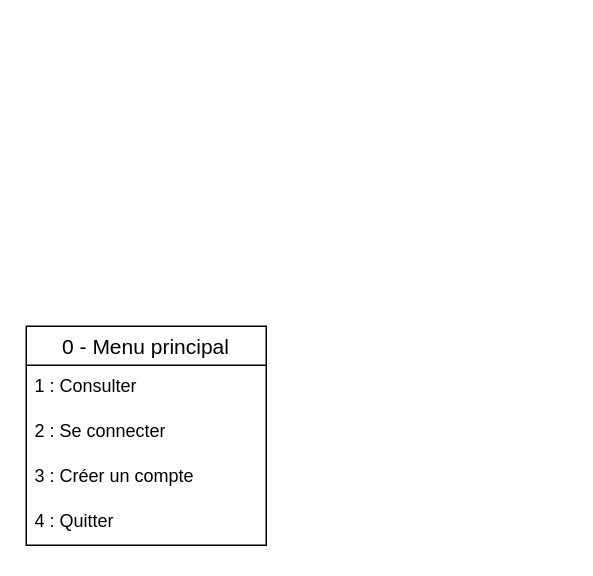
The draw.io diagram doc/menu.drawio in khalidjerrari/ENSAI-Projet-info-2A, before the edit. Source tidied: cells renumbered, new cells numbered last; positions are measured from the earlier drawing's top-left corner, leaving out a move shared by most shapes. Both pictures are drawn from the tidied source at 150%, with x=0, y=0 at pixel (26, 326).
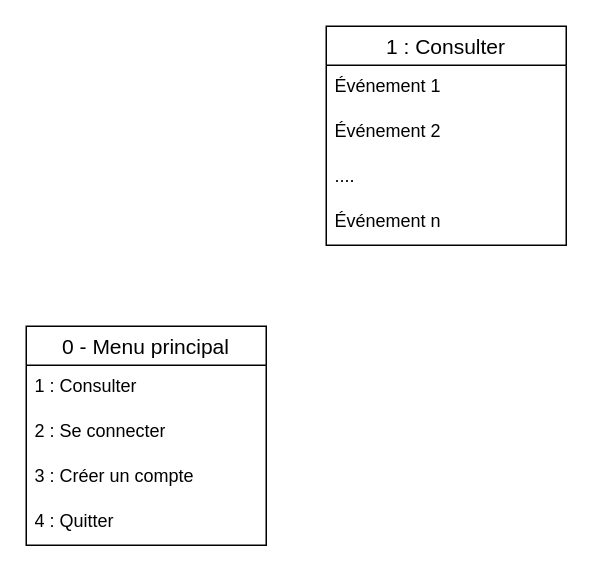
Above is the later version.

Commit message:
Mettre à jour menu.drawio

What changed in the source:
```diff
@@
 <mxGraphModel>
   <root>
     <mxCell id="0" />
     <mxCell id="1" parent="0" />
     <mxCell id="2" value="0 - Menu principal" style="swimlane;fontStyle=0;horizontal=1;startSize=26;align=center;fontSize=14;" parent="1" vertex="1">
       <mxGeometry width="160" height="146" as="geometry" />
     </mxCell>
     <mxCell id="3" value="1 : Consulter" style="text;strokeColor=none;fillColor=none;spacingLeft=4;spacingRight=4;overflow=hidden;fontSize=12;whiteSpace=wrap;html=1;" parent="2" vertex="1">
       <mxGeometry y="26" width="160" height="30" as="geometry" />
     </mxCell>
     <mxCell id="4" value="2 : Se connecter" style="text;strokeColor=none;fillColor=none;spacingLeft=4;spacingRight=4;overflow=hidden;fontSize=12;whiteSpace=wrap;html=1;" parent="2" vertex="1">
       <mxGeometry y="56" width="160" height="30" as="geometry" />
     </mxCell>
     <mxCell id="5" value="3 : Créer un compte" style="text;strokeColor=none;fillColor=none;spacingLeft=4;spacingRight=4;overflow=hidden;fontSize=12;whiteSpace=wrap;html=1;" parent="2" vertex="1">
       <mxGeometry y="86" width="160" height="30" as="geometry" />
     </mxCell>
     <mxCell id="6" value="4 : Quitter" style="text;strokeColor=none;fillColor=none;spacingLeft=4;spacingRight=4;overflow=hidden;fontSize=12;whiteSpace=wrap;html=1;" parent="2" vertex="1">
       <mxGeometry y="116" width="160" height="30" as="geometry" />
     </mxCell>
+    <mxCell id="7" value="1 : Consulter" style="swimlane;fontStyle=0;horizontal=1;startSize=26;align=center;fontSize=14;" parent="1" vertex="1">
+      <mxGeometry x="200" y="-200" width="160" height="146" as="geometry" />
+    </mxCell>
+    <mxCell id="8" value="Événement 1" style="text;strokeColor=none;fillColor=none;spacingLeft=4;spacingRight=4;overflow=hidden;fontSize=12;whiteSpace=wrap;html=1;" parent="7" vertex="1">
+      <mxGeometry y="26" width="160" height="30" as="geometry" />
+    </mxCell>
+    <mxCell id="9" value="Événement 2" style="text;strokeColor=none;fillColor=none;spacingLeft=4;spacingRight=4;overflow=hidden;fontSize=12;whiteSpace=wrap;html=1;" parent="7" vertex="1">
+      <mxGeometry y="56" width="160" height="30" as="geometry" />
+    </mxCell>
+    <mxCell id="10" value="...." style="text;strokeColor=none;fillColor=none;spacingLeft=4;spacingRight=4;overflow=hidden;fontSize=12;whiteSpace=wrap;html=1;" parent="7" vertex="1">
+      <mxGeometry y="86" width="160" height="30" as="geometry" />
+    </mxCell>
+    <mxCell id="11" value="Événement n" style="text;strokeColor=none;fillColor=none;spacingLeft=4;spacingRight=4;overflow=hidden;fontSize=12;whiteSpace=wrap;html=1;" parent="7" vertex="1">
+      <mxGeometry y="116" width="160" height="30" as="geometry" />
+    </mxCell>
   </root>
 </mxGraphModel>
```
